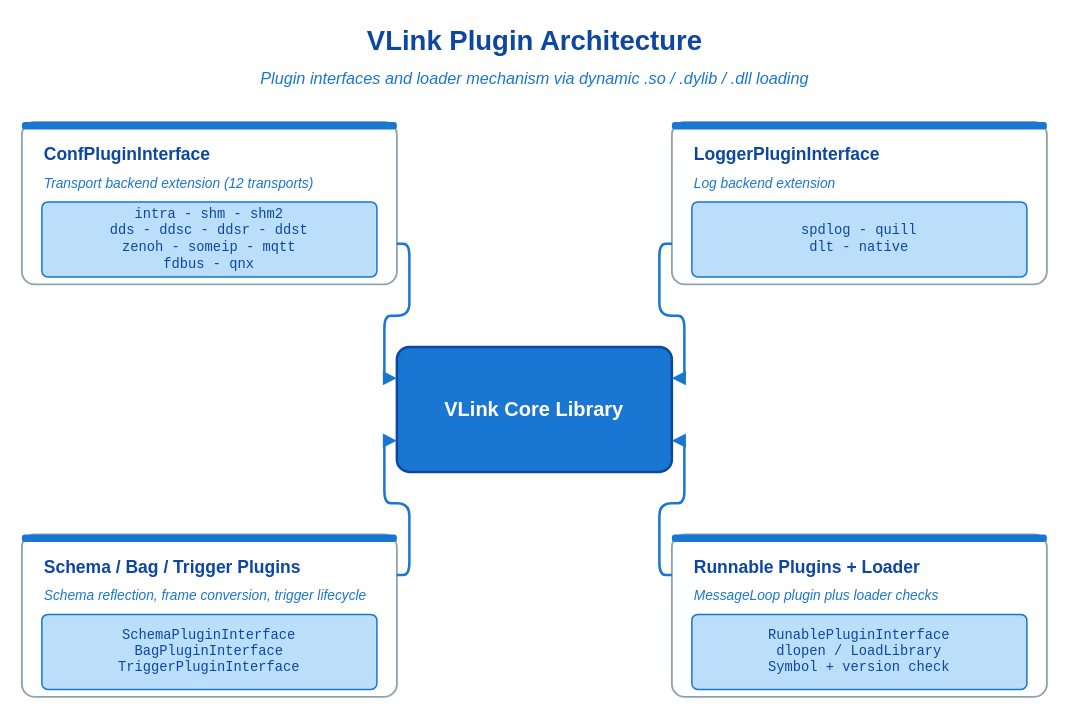
Above: doc/images/plugin-architecture.drawio in thun-res/vlink (draw.io), before the change. Source tidied: cells renumbered, new cells numbered last; positions are measured from the earlier drawing's top-left corner, leaving out a move shared by most shapes. Both pictures are drawn from the tidied source at 125%, with x=0, y=0 at pixel (21, 21).
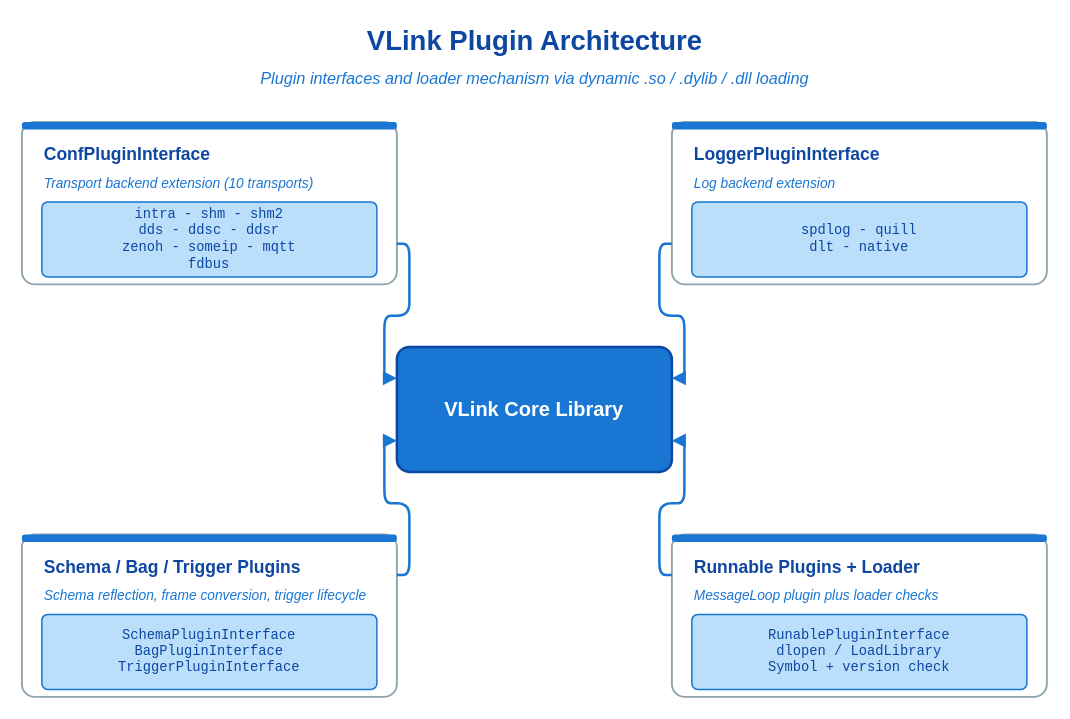
Above is the later version.

The edit, as a diff of the source:
```diff
@@
-    <mxCell id="8" value="Transport backend extension (12 transports)" style="text;html=1;align=left;verticalAlign=middle;strokeColor=none;fillColor=none;fontFamily=Helvetica;fontSize=11;fontStyle=2;fontColor=#1976d2;" parent="1" vertex="1">
+    <mxCell id="8" value="Transport backend extension (10 transports)" style="text;html=1;align=left;verticalAlign=middle;strokeColor=none;fillColor=none;fontFamily=Helvetica;fontSize=11;fontStyle=2;fontColor=#1976d2;" parent="1" vertex="1">
       <mxGeometry x="16" y="120" width="268" height="18" as="geometry" />
     </mxCell>
-    <mxCell id="9" value="intra  -  shm  -  shm2&#10;dds  -  ddsc  -  ddsr  -  ddst&#10;zenoh  -  someip  -  mqtt&#10;fdbus  -  qnx" style="rounded=1;whiteSpace=wrap;html=1;fillColor=#bbdefb;strokeColor=#1976d2;strokeWidth=1.2;arcSize=8;fontFamily=Courier New;fontSize=11;fontColor=#0d47a1;align=center;" parent="1" vertex="1">
+    <mxCell id="9" value="intra  -  shm  -  shm2&#10;dds  -  ddsc  -  ddsr&#10;zenoh  -  someip  -  mqtt&#10;fdbus" style="rounded=1;whiteSpace=wrap;html=1;fillColor=#bbdefb;strokeColor=#1976d2;strokeWidth=1.2;arcSize=8;fontFamily=Courier New;fontSize=11;fontColor=#0d47a1;align=center;" parent="1" vertex="1">
       <mxGeometry x="16" y="144" width="268" height="60" as="geometry" />
     </mxCell>
```
